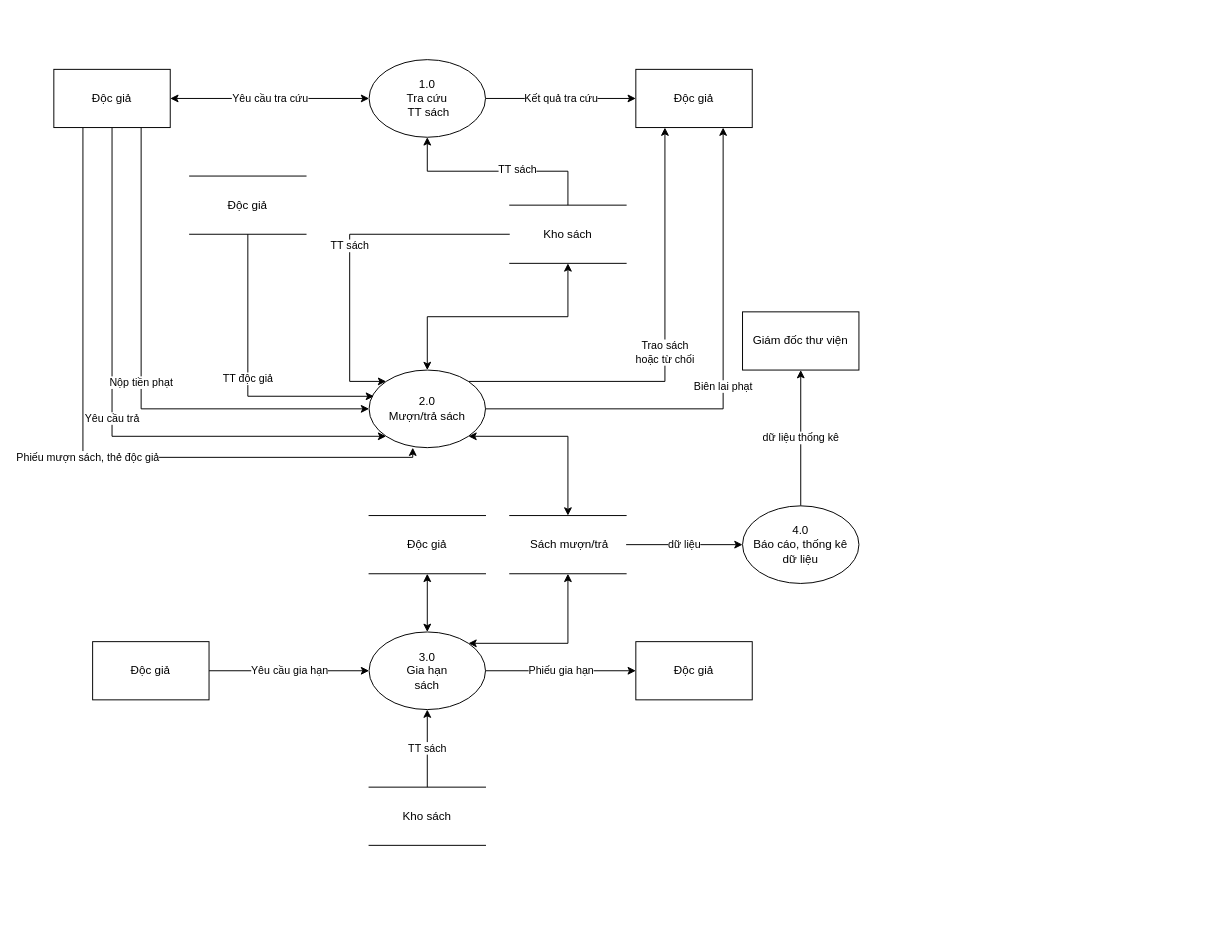
Earlier version of the draw.io diagram Untitled Diagram.drawio (ducprox0103/ducprox0103.github.io). Source tidied: cells renumbered, new cells numbered last; positions are measured from the earlier drawing's top-left corner, leaving out a move shared by most shapes. Both pictures are drawn from the tidied source at 97%, with x=0, y=0 at pixel (53, 59).
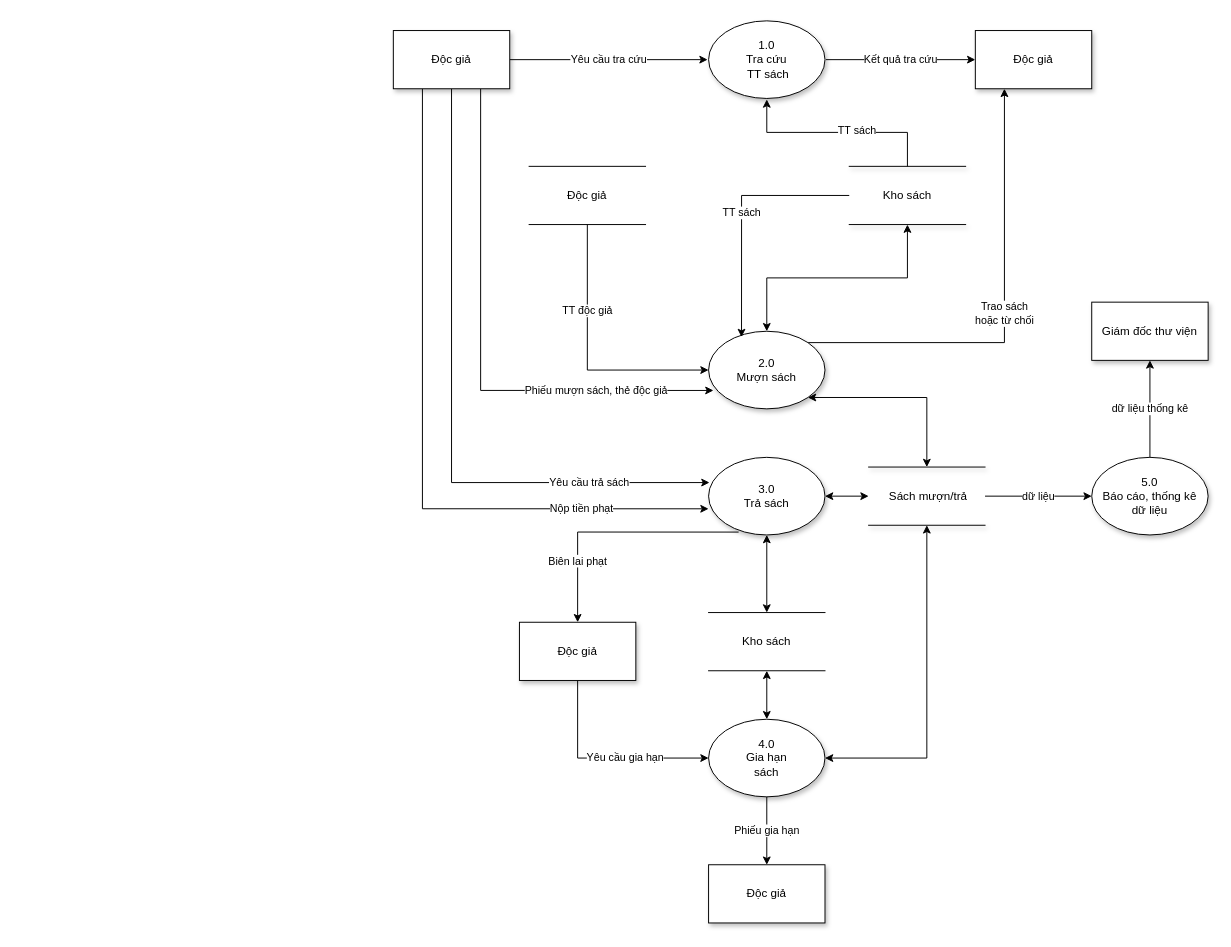
Above is the later version.

Diff of the diagram source:
```diff
@@
-    <mxCell id="5" value="&lt;div&gt;1.0&lt;/div&gt;&lt;div&gt;Tra cứu&lt;br&gt;&lt;/div&gt;&amp;nbsp;TT sách" style="ellipse;whiteSpace=wrap;html=1;" parent="1" vertex="1">
-      <mxGeometry x="325" width="120" height="80" as="geometry" />
+    <mxCell id="5" value="&lt;div&gt;1.0&lt;/div&gt;&lt;div&gt;Tra cứu&lt;br&gt;&lt;/div&gt;&amp;nbsp;TT sách" style="ellipse;whiteSpace=wrap;html=1;shadow=1;perimeterSpacing=1;" parent="1" vertex="1">
+      <mxGeometry x="675" y="-40" width="120" height="80" as="geometry" />
     </mxCell>
@@
-    <mxCell id="7" value="TT sách" style="edgeStyle=orthogonalEdgeStyle;rounded=0;sketch=0;jumpStyle=none;jettySize=auto;html=1;exitX=0;exitY=0;exitDx=0;exitDy=0;entryX=0;entryY=0.5;entryDx=0;entryDy=0;shadow=0;startArrow=classic;startFill=1;endArrow=none;endFill=0;targetPerimeterSpacing=0;" parent="1" edge="1" source="11" target="19">
-      <mxGeometry relative="1" as="geometry">
-        <Array as="points">
-          <mxPoint x="305" y="332" />
-          <mxPoint x="305" y="180" />
-        </Array>
-      </mxGeometry>
-    </mxCell>
@@
     <mxCell id="9" value="&lt;div&gt;Trao sách &lt;br&gt;&lt;/div&gt;&lt;div&gt;hoặc từ chối&lt;/div&gt;" style="edgeStyle=orthogonalEdgeStyle;rounded=0;sketch=0;jumpStyle=none;jettySize=auto;html=1;exitX=1;exitY=0;exitDx=0;exitDy=0;entryX=0.25;entryY=1;entryDx=0;entryDy=0;shadow=0;startArrow=none;startFill=0;endArrow=classic;endFill=1;targetPerimeterSpacing=0;" parent="1" edge="1" source="11" target="30">
       <mxGeometry relative="1" as="geometry">
         <Array as="points">
-          <mxPoint x="630" y="332" />
+          <mxPoint x="980" y="292" />
         </Array>
       </mxGeometry>
     </mxCell>
-    <mxCell id="10" value="Biên lai phạt" style="edgeStyle=orthogonalEdgeStyle;rounded=0;sketch=0;jumpStyle=none;jettySize=auto;html=1;exitX=1;exitY=0.5;exitDx=0;exitDy=0;entryX=0.75;entryY=1;entryDx=0;entryDy=0;shadow=0;startArrow=none;startFill=0;endArrow=classic;endFill=1;targetPerimeterSpacing=0;" parent="1" edge="1" source="11" target="30">
-      <mxGeometry relative="1" as="geometry" />
-    </mxCell>
-    <mxCell id="11" value="&lt;div&gt;2.0&lt;/div&gt;&lt;div&gt;Mượn/trả sách &lt;br&gt;&lt;/div&gt;" style="ellipse;whiteSpace=wrap;html=1;" parent="1" vertex="1">
-      <mxGeometry x="325" y="320" width="120" height="80" as="geometry" />
+    <mxCell id="11" value="&lt;div&gt;2.0&lt;/div&gt;&lt;div&gt;Mượn sách &lt;br&gt;&lt;/div&gt;" style="ellipse;whiteSpace=wrap;html=1;shadow=1;" parent="1" vertex="1">
+      <mxGeometry x="675" y="280" width="120" height="80" as="geometry" />
     </mxCell>
-    <mxCell id="12" style="edgeStyle=orthogonalEdgeStyle;rounded=0;jettySize=auto;html=1;exitX=1;exitY=0;exitDx=0;exitDy=0;entryX=0.5;entryY=1;entryDx=0;entryDy=0;startArrow=classic;startFill=1;" parent="1" edge="1" source="14" target="21">
+    <mxCell id="12" style="edgeStyle=orthogonalEdgeStyle;rounded=0;jettySize=auto;html=1;exitX=1;exitY=0.5;exitDx=0;exitDy=0;entryX=0.5;entryY=1;entryDx=0;entryDy=0;startArrow=classic;startFill=1;" parent="1" edge="1" source="14" target="21">
       <mxGeometry relative="1" as="geometry" />
     </mxCell>
-    <mxCell id="13" value="Phiếu gia hạn" style="edgeStyle=orthogonalEdgeStyle;rounded=0;sketch=0;jumpStyle=none;jettySize=auto;html=1;exitX=1;exitY=0.5;exitDx=0;exitDy=0;entryX=0;entryY=0.5;entryDx=0;entryDy=0;shadow=0;startArrow=none;startFill=0;endArrow=classic;endFill=1;targetPerimeterSpacing=0;" parent="1" edge="1" source="14" target="35">
-      <mxGeometry relative="1" as="geometry" />
-    </mxCell>
-    <mxCell id="14" value="&lt;div&gt;3.0&lt;/div&gt;&lt;div&gt;Gia hạn &lt;br&gt;&lt;/div&gt;sách" style="ellipse;whiteSpace=wrap;html=1;" parent="1" vertex="1">
-      <mxGeometry x="325" y="590" width="120" height="80" as="geometry" />
+    <mxCell id="14" value="&lt;div&gt;4.0&lt;/div&gt;&lt;div&gt;Gia hạn &lt;br&gt;&lt;/div&gt;sách" style="ellipse;whiteSpace=wrap;html=1;shadow=1;" parent="1" vertex="1">
+      <mxGeometry x="675" y="680" width="120" height="80" as="geometry" />
     </mxCell>
@@
-    <mxCell id="16" value="&lt;div&gt;4.0&lt;/div&gt;&lt;div&gt;Báo cáo, thống kê &lt;br&gt;&lt;/div&gt;&lt;div&gt;dữ liệu&lt;br&gt;&lt;/div&gt;" style="ellipse;whiteSpace=wrap;html=1;" parent="1" vertex="1">
-      <mxGeometry x="710" y="460" width="120" height="80" as="geometry" />
+    <mxCell id="16" value="&lt;div&gt;5.0&lt;/div&gt;&lt;div&gt;Báo cáo, thống kê &lt;br&gt;&lt;/div&gt;&lt;div&gt;dữ liệu&lt;br&gt;&lt;/div&gt;" style="ellipse;whiteSpace=wrap;html=1;shadow=1;" parent="1" vertex="1">
+      <mxGeometry x="1070" y="410" width="120" height="80" as="geometry" />
     </mxCell>
-    <mxCell id="17" style="edgeStyle=orthogonalEdgeStyle;rounded=0;sketch=0;jumpStyle=none;jettySize=auto;html=1;exitX=0.5;exitY=1;exitDx=0;exitDy=0;entryX=0.5;entryY=0;entryDx=0;entryDy=0;shadow=0;startArrow=classic;startFill=1;endArrow=classic;endFill=1;targetPerimeterSpacing=0;" parent="1" edge="1" source="18" target="14">
-      <mxGeometry relative="1" as="geometry" />
-    </mxCell>
-    <mxCell id="18" value="Độc giả" style="shape=partialRectangle;whiteSpace=wrap;html=1;left=0;right=0;fillColor=none;" parent="1" vertex="1">
-      <mxGeometry x="325" y="470" width="120" height="60" as="geometry" />
-    </mxCell>
+    <mxCell id="36" value="TT sách" style="edgeStyle=orthogonalEdgeStyle;rounded=0;sketch=0;jumpStyle=none;jettySize=auto;html=1;exitX=0;exitY=0.5;exitDx=0;exitDy=0;entryX=0.283;entryY=0.075;entryDx=0;entryDy=0;entryPerimeter=0;shadow=0;startArrow=none;startFill=0;endArrow=classic;endFill=1;targetPerimeterSpacing=0;" parent="1" edge="1" source="19" target="11">
+      <mxGeometry relative="1" as="geometry" />
+    </mxCell>
-    <mxCell id="19" value="Kho sách" style="shape=partialRectangle;whiteSpace=wrap;html=1;left=0;right=0;fillColor=none;" parent="1" vertex="1">
-      <mxGeometry x="470" y="150" width="120" height="60" as="geometry" />
+    <mxCell id="19" value="Kho sách" style="shape=partialRectangle;whiteSpace=wrap;html=1;left=0;right=0;fillColor=none;shadow=1;" parent="1" vertex="1">
+      <mxGeometry x="820" y="110" width="120" height="60" as="geometry" />
     </mxCell>
@@
-    <mxCell id="21" value="&amp;nbsp;Sách mượn/trả" style="shape=partialRectangle;whiteSpace=wrap;html=1;left=0;right=0;fillColor=none;" parent="1" vertex="1">
-      <mxGeometry x="470" y="470" width="120" height="60" as="geometry" />
+    <mxCell id="21" value="&amp;nbsp;Sách mượn/trả" style="shape=partialRectangle;whiteSpace=wrap;html=1;left=0;right=0;fillColor=none;shadow=1;" parent="1" vertex="1">
+      <mxGeometry x="840" y="420" width="120" height="60" as="geometry" />
     </mxCell>
-    <mxCell id="22" value="TT sách" style="edgeStyle=orthogonalEdgeStyle;rounded=0;sketch=0;jumpStyle=none;jettySize=auto;html=1;exitX=0.5;exitY=0;exitDx=0;exitDy=0;entryX=0.5;entryY=1;entryDx=0;entryDy=0;shadow=0;startArrow=none;startFill=0;endArrow=classic;endFill=1;targetPerimeterSpacing=0;" parent="1" edge="1" source="23" target="14">
+    <mxCell id="22" style="edgeStyle=orthogonalEdgeStyle;rounded=0;sketch=0;jumpStyle=none;jettySize=auto;html=1;exitX=0.5;exitY=1;exitDx=0;exitDy=0;shadow=0;startArrow=classic;startFill=1;endArrow=classic;endFill=1;targetPerimeterSpacing=0;" parent="1" edge="1" source="23" target="14">
       <mxGeometry relative="1" as="geometry" />
     </mxCell>
+    <mxCell id="37" style="edgeStyle=orthogonalEdgeStyle;rounded=0;sketch=0;jumpStyle=none;jettySize=auto;html=1;exitX=0.5;exitY=0;exitDx=0;exitDy=0;entryX=0.5;entryY=1;entryDx=0;entryDy=0;shadow=0;startArrow=classic;startFill=1;endArrow=classic;endFill=1;targetPerimeterSpacing=0;" parent="1" edge="1" source="23" target="40">
+      <mxGeometry relative="1" as="geometry" />
+    </mxCell>
     <mxCell id="23" value="Kho sách " style="shape=partialRectangle;whiteSpace=wrap;html=1;left=0;right=0;fillColor=none;" parent="1" vertex="1">
-      <mxGeometry x="325" y="750" width="120" height="60" as="geometry" />
+      <mxGeometry x="675" y="570" width="120" height="60" as="geometry" />
     </mxCell>
-    <mxCell id="24" value="Giám đốc thư viện" style="rounded=0;whiteSpace=wrap;html=1;" parent="1" vertex="1">
-      <mxGeometry x="710" y="260" width="120" height="60" as="geometry" />
+    <mxCell id="24" value="Giám đốc thư viện" style="rounded=0;whiteSpace=wrap;html=1;shadow=1;" parent="1" vertex="1">
+      <mxGeometry x="1070" y="250" width="120" height="60" as="geometry" />
     </mxCell>
+    <mxCell id="26" value="Yêu cầu tra cứu " style="edgeStyle=orthogonalEdgeStyle;rounded=0;sketch=0;jumpStyle=none;jettySize=auto;html=1;exitX=1;exitY=0.5;exitDx=0;exitDy=0;shadow=0;startArrow=none;startFill=0;endArrow=classic;endFill=1;targetPerimeterSpacing=0;" parent="1" edge="1" source="29" target="5">
+      <mxGeometry relative="1" as="geometry" />
+    </mxCell>
-    <mxCell id="25" value="Phiếu mượn sách, thẻ độc giả " style="edgeStyle=orthogonalEdgeStyle;rounded=0;sketch=0;jumpStyle=none;jettySize=auto;html=1;exitX=0.25;exitY=1;exitDx=0;exitDy=0;entryX=0.375;entryY=1;entryDx=0;entryDy=0;shadow=0;startArrow=none;startFill=0;endArrow=classic;endFill=1;targetPerimeterSpacing=0;entryPerimeter=0;" parent="1" edge="1" source="29" target="11">
-      <mxGeometry relative="1" as="geometry">
+    <mxCell id="25" value="Phiếu mượn sách, thẻ độc giả " style="edgeStyle=orthogonalEdgeStyle;rounded=0;sketch=0;jumpStyle=none;jettySize=auto;html=1;exitX=0.75;exitY=1;exitDx=0;exitDy=0;entryX=0.042;entryY=0.763;entryDx=0;entryDy=0;entryPerimeter=0;shadow=0;startArrow=none;startFill=0;endArrow=classic;endFill=1;targetPerimeterSpacing=0;" parent="1" edge="1" source="29" target="11">
+      <mxGeometry x="0.56" relative="1" as="geometry">
         <Array as="points">
-          <mxPoint x="30" y="410" />
-          <mxPoint x="370" y="410" />
+          <mxPoint x="440" y="341" />
         </Array>
       </mxGeometry>
     </mxCell>
-    <mxCell id="26" value="Yêu cầu tra cứu " style="edgeStyle=orthogonalEdgeStyle;rounded=0;sketch=0;jumpStyle=none;jettySize=auto;html=1;exitX=1;exitY=0.5;exitDx=0;exitDy=0;shadow=0;startArrow=classic;startFill=1;endArrow=classic;endFill=1;targetPerimeterSpacing=0;" parent="1" edge="1" source="29" target="5">
-      <mxGeometry relative="1" as="geometry" />
-    </mxCell>
-    <mxCell id="27" value="Yêu cầu trả" style="edgeStyle=orthogonalEdgeStyle;rounded=0;sketch=0;jumpStyle=none;jettySize=auto;html=1;exitX=0.5;exitY=1;exitDx=0;exitDy=0;entryX=0;entryY=1;entryDx=0;entryDy=0;shadow=0;startArrow=none;startFill=0;endArrow=classic;endFill=1;targetPerimeterSpacing=0;" parent="1" edge="1" source="29" target="11">
-      <mxGeometry relative="1" as="geometry">
-        <Array as="points">
-          <mxPoint x="60" y="388" />
-        </Array>
-      </mxGeometry>
-    </mxCell>
+    <mxCell id="38" value="Yêu cầu trả sách" style="edgeStyle=orthogonalEdgeStyle;rounded=0;sketch=0;jumpStyle=none;jettySize=auto;html=1;exitX=0.5;exitY=1;exitDx=0;exitDy=0;entryX=0.008;entryY=0.325;entryDx=0;entryDy=0;entryPerimeter=0;shadow=0;startArrow=none;startFill=0;endArrow=classic;endFill=1;targetPerimeterSpacing=0;" parent="1" edge="1" source="29" target="40">
+      <mxGeometry x="0.63" relative="1" as="geometry" />
+    </mxCell>
-    <mxCell id="28" value="Nộp tiền phạt" style="edgeStyle=orthogonalEdgeStyle;rounded=0;sketch=0;jumpStyle=none;jettySize=auto;html=1;exitX=0.75;exitY=1;exitDx=0;exitDy=0;entryX=0;entryY=0.5;entryDx=0;entryDy=0;shadow=0;startArrow=none;startFill=0;endArrow=classic;endFill=1;targetPerimeterSpacing=0;" parent="1" edge="1" source="29" target="11">
-      <mxGeometry relative="1" as="geometry" />
+    <mxCell id="28" value="Nộp tiền phạt" style="edgeStyle=orthogonalEdgeStyle;rounded=0;sketch=0;jumpStyle=none;jettySize=auto;html=1;exitX=0.25;exitY=1;exitDx=0;exitDy=0;entryX=0;entryY=0.663;entryDx=0;entryDy=0;entryPerimeter=0;shadow=0;startArrow=none;startFill=0;endArrow=classic;endFill=1;targetPerimeterSpacing=0;" parent="1" edge="1" source="29" target="40">
+      <mxGeometry x="0.64" relative="1" as="geometry" />
     </mxCell>
-    <mxCell id="29" value="Độc giả" style="rounded=0;whiteSpace=wrap;html=1;" parent="1" vertex="1">
-      <mxGeometry y="10" width="120" height="60" as="geometry" />
+    <mxCell id="29" value="Độc giả" style="rounded=0;whiteSpace=wrap;html=1;glass=0;sketch=0;shadow=1;" parent="1" vertex="1">
+      <mxGeometry x="350" y="-30" width="120" height="60" as="geometry" />
     </mxCell>
-    <mxCell id="30" value="Độc giả" style="rounded=0;whiteSpace=wrap;html=1;" parent="1" vertex="1">
-      <mxGeometry x="600" y="10" width="120" height="60" as="geometry" />
+    <mxCell id="30" value="Độc giả" style="rounded=0;whiteSpace=wrap;html=1;shadow=1;" parent="1" vertex="1">
+      <mxGeometry x="950" y="-30" width="120" height="60" as="geometry" />
     </mxCell>
-    <mxCell id="31" value="TT độc giả" style="edgeStyle=orthogonalEdgeStyle;rounded=0;sketch=0;jumpStyle=none;jettySize=auto;html=1;exitX=0.5;exitY=1;exitDx=0;exitDy=0;entryX=0.042;entryY=0.338;entryDx=0;entryDy=0;entryPerimeter=0;shadow=0;startArrow=none;startFill=0;endArrow=classic;endFill=1;targetPerimeterSpacing=0;" parent="1" edge="1" source="32" target="11">
-      <mxGeometry relative="1" as="geometry">
-        <Array as="points">
-          <mxPoint x="200" y="347" />
-        </Array>
-      </mxGeometry>
+    <mxCell id="31" value="TT độc giả" style="edgeStyle=orthogonalEdgeStyle;rounded=0;sketch=0;jumpStyle=none;jettySize=auto;html=1;exitX=0.5;exitY=1;exitDx=0;exitDy=0;entryX=0;entryY=0.5;entryDx=0;entryDy=0;shadow=0;startArrow=none;startFill=0;endArrow=classic;endFill=1;targetPerimeterSpacing=0;" parent="1" edge="1" source="32" target="11">
+      <mxGeometry x="-0.35" relative="1" as="geometry" />
     </mxCell>
     <mxCell id="32" value="Độc giả" style="shape=partialRectangle;whiteSpace=wrap;html=1;left=0;right=0;fillColor=none;" parent="1" vertex="1">
-      <mxGeometry x="140" y="120" width="120" height="60" as="geometry" />
+      <mxGeometry x="490" y="110" width="120" height="60" as="geometry" />
     </mxCell>
-    <mxCell id="33" value="Yêu cầu gia hạn" style="edgeStyle=orthogonalEdgeStyle;rounded=0;sketch=0;jumpStyle=none;jettySize=auto;html=1;exitX=1;exitY=0.5;exitDx=0;exitDy=0;shadow=0;startArrow=none;startFill=0;endArrow=classic;endFill=1;targetPerimeterSpacing=0;" parent="1" edge="1" source="34" target="14">
-      <mxGeometry relative="1" as="geometry" />
+    <mxCell id="33" value="Yêu cầu gia hạn" style="edgeStyle=orthogonalEdgeStyle;rounded=0;sketch=0;jumpStyle=none;jettySize=auto;html=1;exitX=0.5;exitY=1;exitDx=0;exitDy=0;shadow=0;startArrow=none;startFill=0;endArrow=classic;endFill=1;targetPerimeterSpacing=0;entryX=0;entryY=0.5;entryDx=0;entryDy=0;" parent="1" edge="1" source="34" target="14">
+      <mxGeometry x="0.2" relative="1" as="geometry" />
     </mxCell>
-    <mxCell id="34" value="Độc giả " style="rounded=0;whiteSpace=wrap;html=1;" parent="1" vertex="1">
-      <mxGeometry x="40" y="600" width="120" height="60" as="geometry" />
+    <mxCell id="34" value="Độc giả " style="rounded=0;whiteSpace=wrap;html=1;shadow=1;" parent="1" vertex="1">
+      <mxGeometry x="480" y="580" width="120" height="60" as="geometry" />
     </mxCell>
+    <mxCell id="13" value="Phiếu gia hạn" style="edgeStyle=orthogonalEdgeStyle;rounded=0;sketch=0;jumpStyle=none;jettySize=auto;html=1;exitX=0.5;exitY=0;exitDx=0;exitDy=0;entryX=0.5;entryY=1;entryDx=0;entryDy=0;shadow=0;startArrow=classic;startFill=1;endArrow=none;endFill=0;targetPerimeterSpacing=0;" parent="1" edge="1" source="35" target="14">
+      <mxGeometry relative="1" as="geometry" />
+    </mxCell>
-    <mxCell id="35" value="Độc giả" style="rounded=0;whiteSpace=wrap;html=1;" parent="1" vertex="1">
-      <mxGeometry x="600" y="600" width="120" height="60" as="geometry" />
+    <mxCell id="35" value="Độc giả" style="rounded=0;whiteSpace=wrap;html=1;shadow=1;" parent="1" vertex="1">
+      <mxGeometry x="675" y="830" width="120" height="60" as="geometry" />
     </mxCell>
+    <mxCell id="10" value="Biên lai phạt" style="edgeStyle=orthogonalEdgeStyle;rounded=0;sketch=0;jumpStyle=none;jettySize=auto;html=1;exitX=0.258;exitY=0.963;exitDx=0;exitDy=0;entryX=0.5;entryY=0;entryDx=0;entryDy=0;shadow=0;startArrow=none;startFill=0;endArrow=classic;endFill=1;targetPerimeterSpacing=0;exitPerimeter=0;" parent="1" edge="1" source="40" target="34">
+      <mxGeometry x="0.51" relative="1" as="geometry" />
+    </mxCell>
+    <mxCell id="39" style="edgeStyle=orthogonalEdgeStyle;rounded=0;sketch=0;jumpStyle=none;jettySize=auto;html=1;exitX=1;exitY=0.5;exitDx=0;exitDy=0;entryX=0;entryY=0.5;entryDx=0;entryDy=0;shadow=0;startArrow=classic;startFill=1;endArrow=classic;endFill=1;targetPerimeterSpacing=0;" parent="1" edge="1" source="40" target="21">
+      <mxGeometry relative="1" as="geometry" />
+    </mxCell>
+    <mxCell id="40" value="&lt;div&gt;3.0&lt;/div&gt;&lt;div&gt;Trả sách&lt;br&gt;&lt;/div&gt;" style="ellipse;whiteSpace=wrap;html=1;shadow=1;" parent="1" vertex="1">
+      <mxGeometry x="675" y="410" width="120" height="80" as="geometry" />
+    </mxCell>
```
